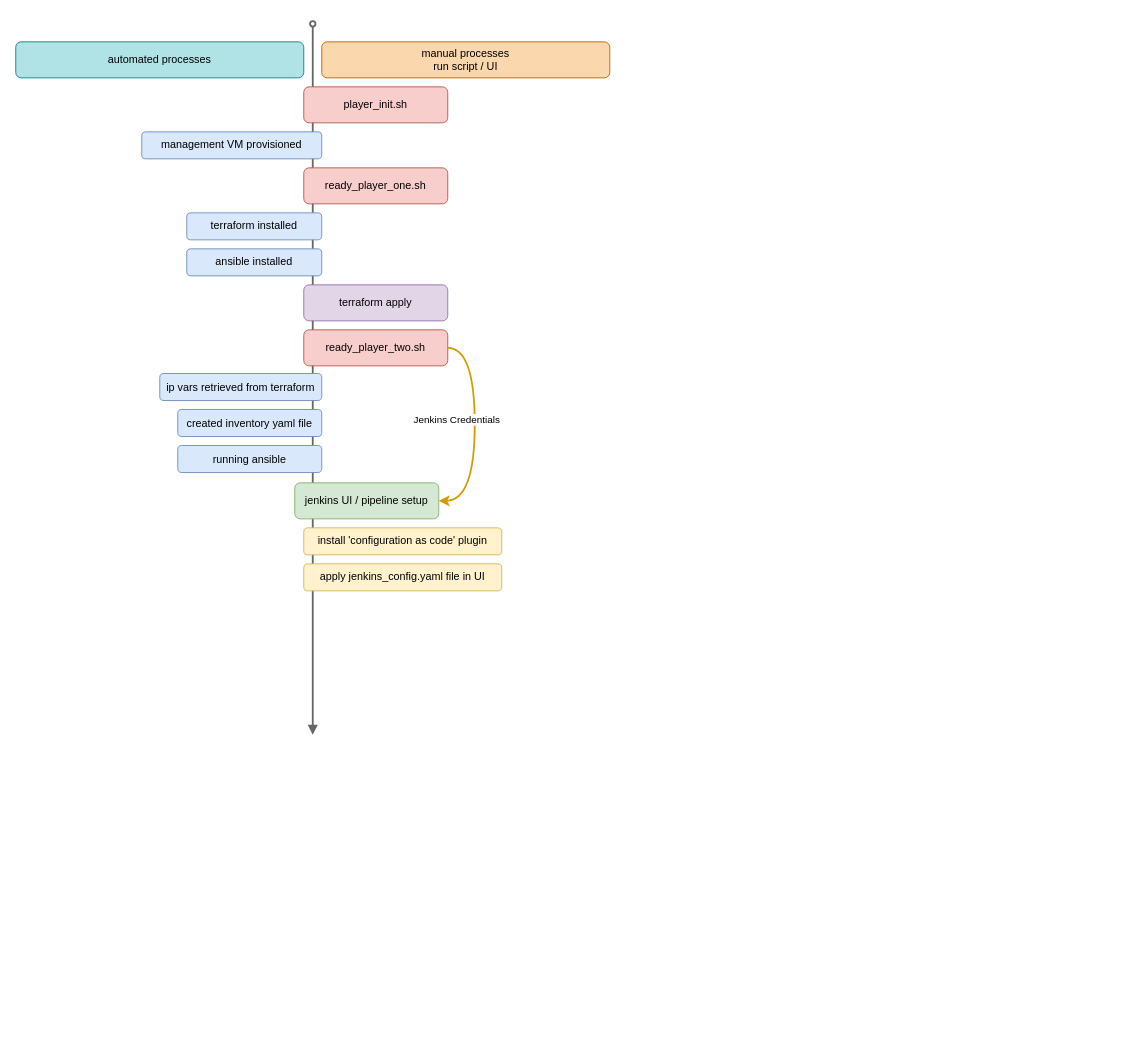
Jenkins-Spice-Latte/QA-Help-Queue-App keeps this draw.io diagram as other_files/manual_process_checkpoints.drawio. Above is the earlier version. Source tidied: cells renumbered, new cells numbered last; positions are measured from the earlier drawing's top-left corner, leaving out a move shared by most shapes. Both pictures are drawn from the tidied source at 90%, with x=0, y=0 at pixel (15, 23).
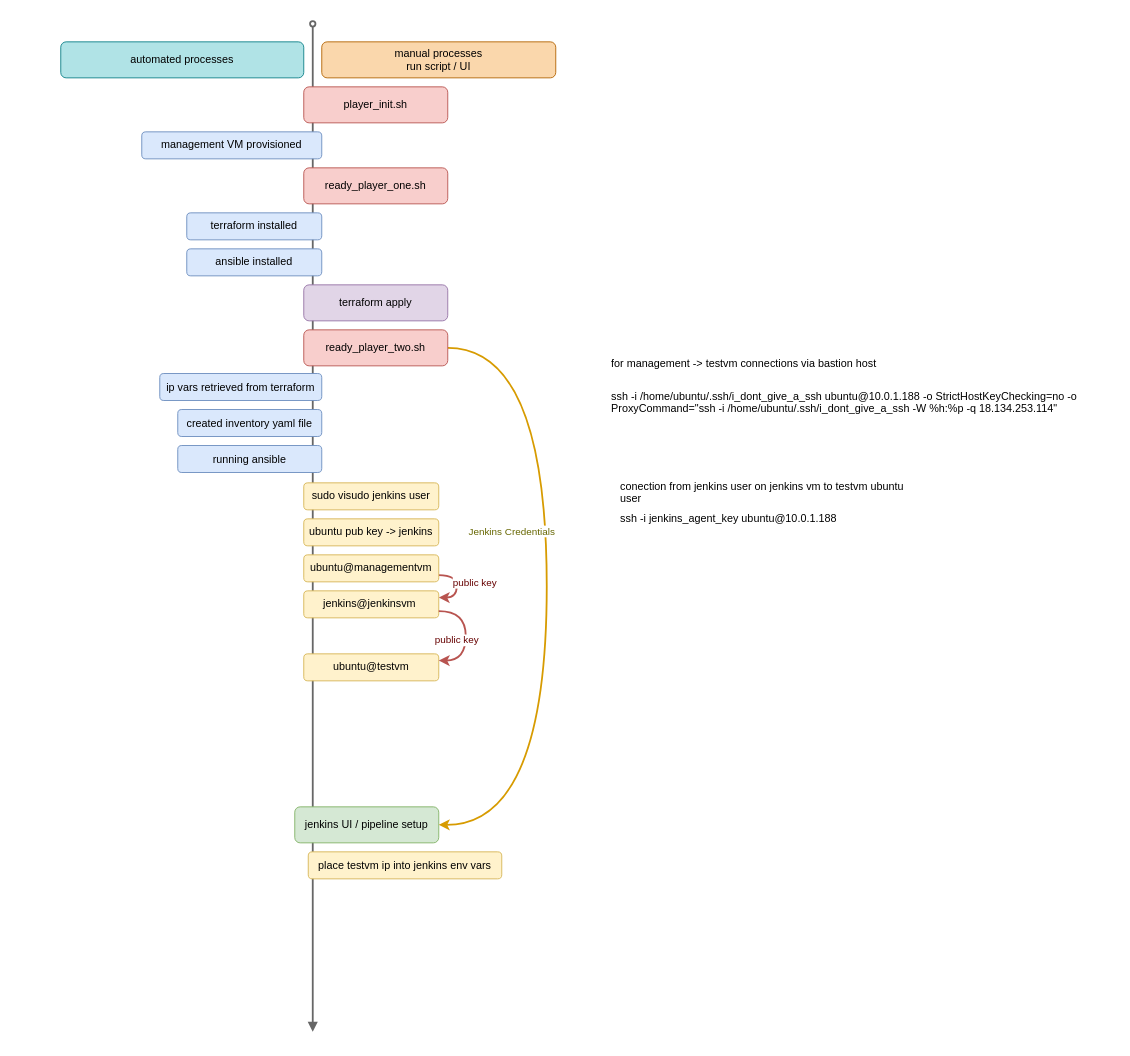
Above is the later version.

Unchanged cells that the change refers to:
```xml
<mxCell id="8" value="ready_player_two.sh" style="rounded=1;whiteSpace=wrap;html=1;fillColor=#f8cecc;strokeColor=#b85450;" parent="1" vertex="1">
  <mxGeometry x="320" y="340" width="160" height="40" as="geometry" />
</mxCell>
```

Diff of the diagram source:
```diff
@@
     <mxCell id="2" style="endArrow=oval;html=1;strokeWidth=2;fillColor=#f5f5f5;strokeColor=#666666;startArrow=block;startFill=1;endFill=0;" parent="1" edge="1">
       <mxGeometry relative="1" as="geometry">
-        <mxPoint x="330" y="790" as="sourcePoint" />
+        <mxPoint x="330" y="1120" as="sourcePoint" />
         <mxPoint x="330" as="targetPoint" />
       </mxGeometry>
     </mxCell>
@@
+    <mxCell id="19" style="edgeStyle=orthogonalEdgeStyle;curved=1;rounded=0;jettySize=auto;html=1;exitX=1;exitY=0.5;exitDx=0;exitDy=0;entryX=1;entryY=0.5;entryDx=0;entryDy=0;startArrow=none;startFill=0;endArrow=classic;endFill=1;strokeWidth=2;fillColor=#ffe6cc;strokeColor=#d79b00;" parent="1" edge="1" source="8" target="12">
+      <mxGeometry relative="1" as="geometry">
+        <Array as="points">
+          <mxPoint x="590" y="360" />
+          <mxPoint x="590" y="890" />
+        </Array>
+      </mxGeometry>
+    </mxCell>
+    <mxCell id="16" value="&lt;font color=&quot;#666600&quot;&gt;Jenkins Credentials&lt;/font&gt;" style="edgeLabel;html=1;align=center;verticalAlign=middle;" parent="19" vertex="1">
+      <mxGeometry x="-0.04" y="-4" relative="1" as="geometry">
+        <mxPoint x="-36" y="-52" as="offset" />
+      </mxGeometry>
+    </mxCell>
@@
     <mxCell id="12" value="jenkins UI / pipeline setup" style="rounded=1;whiteSpace=wrap;html=1;fillColor=#d5e8d4;strokeColor=#82b366;" parent="1" vertex="1">
-      <mxGeometry x="310" y="510" width="160" height="40" as="geometry" />
+      <mxGeometry x="310" y="870" width="160" height="40" as="geometry" />
     </mxCell>
     <mxCell id="13" value="automated processes" style="rounded=1;whiteSpace=wrap;html=1;fillColor=#b0e3e6;strokeColor=#0e8088;" parent="1" vertex="1">
-      <mxGeometry y="20" width="320" height="40" as="geometry" />
+      <mxGeometry x="50" y="20" width="270" height="40" as="geometry" />
     </mxCell>
     <mxCell id="14" value="manual processes&lt;br&gt;run script / UI" style="rounded=1;whiteSpace=wrap;html=1;fillColor=#fad7ac;strokeColor=#b46504;" parent="1" vertex="1">
-      <mxGeometry x="340" y="20" width="320" height="40" as="geometry" />
+      <mxGeometry x="340" y="20" width="260" height="40" as="geometry" />
     </mxCell>
@@
-    <mxCell id="16" value="Jenkins Credentials" style="endArrow=classic;html=1;strokeWidth=2;entryX=1;entryY=0.5;entryDx=0;entryDy=0;exitX=1;exitY=0.5;exitDx=0;exitDy=0;edgeStyle=orthogonalEdgeStyle;curved=1;fillColor=#ffe6cc;strokeColor=#d79b00;" parent="1" edge="1" source="8" target="12">
-      <mxGeometry x="-0.08" y="-20" relative="1" as="geometry">
-        <Array as="points">
-          <mxPoint x="510" y="360" />
-          <mxPoint x="510" y="530" />
-        </Array>
-      </mxGeometry>
-    </mxCell>
-    <mxCell id="17" value="install 'configuration as code' plugin" style="rounded=1;whiteSpace=wrap;html=1;fillColor=#fff2cc;strokeColor=#d6b656;" parent="1" vertex="1">
-      <mxGeometry x="320" y="560" width="220" height="30" as="geometry" />
-    </mxCell>
-    <mxCell id="18" value="apply jenkins_config.yaml file in UI" style="rounded=1;whiteSpace=wrap;html=1;fillColor=#fff2cc;strokeColor=#d6b656;" parent="1" vertex="1">
-      <mxGeometry x="320" y="600" width="220" height="30" as="geometry" />
-    </mxCell>
+    <mxCell id="20" value="sudo visudo jenkins user" style="rounded=1;whiteSpace=wrap;html=1;fillColor=#fff2cc;strokeColor=#d6b656;" parent="1" vertex="1">
+      <mxGeometry x="320" y="510" width="150" height="30" as="geometry" />
+    </mxCell>
+    <mxCell id="21" value="place testvm ip into jenkins env vars" style="rounded=1;whiteSpace=wrap;html=1;fillColor=#fff2cc;strokeColor=#d6b656;" parent="1" vertex="1">
+      <mxGeometry x="325" y="920" width="215" height="30" as="geometry" />
+    </mxCell>
+    <mxCell id="22" value="ubuntu pub key -&amp;gt; jenkins" style="rounded=1;whiteSpace=wrap;html=1;fillColor=#fff2cc;strokeColor=#d6b656;" parent="1" vertex="1">
+      <mxGeometry x="320" y="550" width="150" height="30" as="geometry" />
+    </mxCell>
+    <mxCell id="23" value="&lt;font color=&quot;#660000&quot;&gt;public key&lt;/font&gt;" style="edgeStyle=orthogonalEdgeStyle;curved=1;rounded=0;jettySize=auto;html=1;exitX=1;exitY=0.75;exitDx=0;exitDy=0;entryX=1;entryY=0.25;entryDx=0;entryDy=0;startArrow=none;startFill=0;endArrow=classic;endFill=1;strokeWidth=2;fillColor=#f8cecc;strokeColor=#b85450;" parent="1" edge="1" source="24" target="25">
+      <mxGeometry x="-0.15" y="20" relative="1" as="geometry">
+        <Array as="points">
+          <mxPoint x="490" y="613" />
+          <mxPoint x="490" y="638" />
+        </Array>
+      </mxGeometry>
+    </mxCell>
+    <mxCell id="24" value="ubuntu@managementvm" style="rounded=1;whiteSpace=wrap;html=1;fillColor=#fff2cc;strokeColor=#d6b656;" parent="1" vertex="1">
+      <mxGeometry x="320" y="590" width="150" height="30" as="geometry" />
+    </mxCell>
+    <mxCell id="25" value="jenkins@jenkinsvm&amp;nbsp;" style="rounded=1;whiteSpace=wrap;html=1;fillColor=#fff2cc;strokeColor=#d6b656;" parent="1" vertex="1">
+      <mxGeometry x="320" y="630" width="150" height="30" as="geometry" />
+    </mxCell>
+    <mxCell id="26" value="ubuntu@testvm" style="rounded=1;whiteSpace=wrap;html=1;fillColor=#fff2cc;strokeColor=#d6b656;" parent="1" vertex="1">
+      <mxGeometry x="320" y="700" width="150" height="30" as="geometry" />
+    </mxCell>
+    <mxCell id="27" value="&lt;font color=&quot;#660000&quot;&gt;public key&lt;/font&gt;" style="edgeStyle=orthogonalEdgeStyle;curved=1;rounded=0;jettySize=auto;html=1;exitX=1;exitY=0.75;exitDx=0;exitDy=0;entryX=1;entryY=0.25;entryDx=0;entryDy=0;startArrow=none;startFill=0;endArrow=classic;endFill=1;strokeWidth=2;fillColor=#f8cecc;strokeColor=#b85450;" parent="1" edge="1" source="25" target="26">
+      <mxGeometry x="0.07" y="-10" relative="1" as="geometry">
+        <Array as="points">
+          <mxPoint x="500" y="653" />
+          <mxPoint x="500" y="708" />
+          <mxPoint x="470" y="708" />
+        </Array>
+      </mxGeometry>
+    </mxCell>
+    <mxCell id="28" value="ssh -i /home/ubuntu/.ssh/i_dont_give_a_ssh ubuntu@10.0.1.188 -o StrictHostKeyChecking=no -o ProxyCommand=&quot;ssh -i /home/ubuntu/.ssh/i_dont_give_a_ssh -W %h:%p -q 18.134.253.114&quot;" style="text;whiteSpace=wrap;html=1;" parent="1" vertex="1">
+      <mxGeometry x="660" y="400" width="550" height="40" as="geometry" />
+    </mxCell>
+    <mxCell id="29" value="for management -&amp;gt; testvm connections via bastion host" style="text;whiteSpace=wrap;html=1;" parent="1" vertex="1">
+      <mxGeometry x="660" y="364" width="330" height="40" as="geometry" />
+    </mxCell>
+    <mxCell id="30" value="ssh -i jenkins_agent_key ubuntu@10.0.1.188" style="text;whiteSpace=wrap;html=1;" parent="1" vertex="1">
+      <mxGeometry x="670" y="536" width="550" height="40" as="geometry" />
+    </mxCell>
+    <mxCell id="31" value="conection from jenkins user on jenkins vm to testvm ubuntu user" style="text;whiteSpace=wrap;html=1;" parent="1" vertex="1">
+      <mxGeometry x="670" y="500" width="330" height="40" as="geometry" />
+    </mxCell>
```
